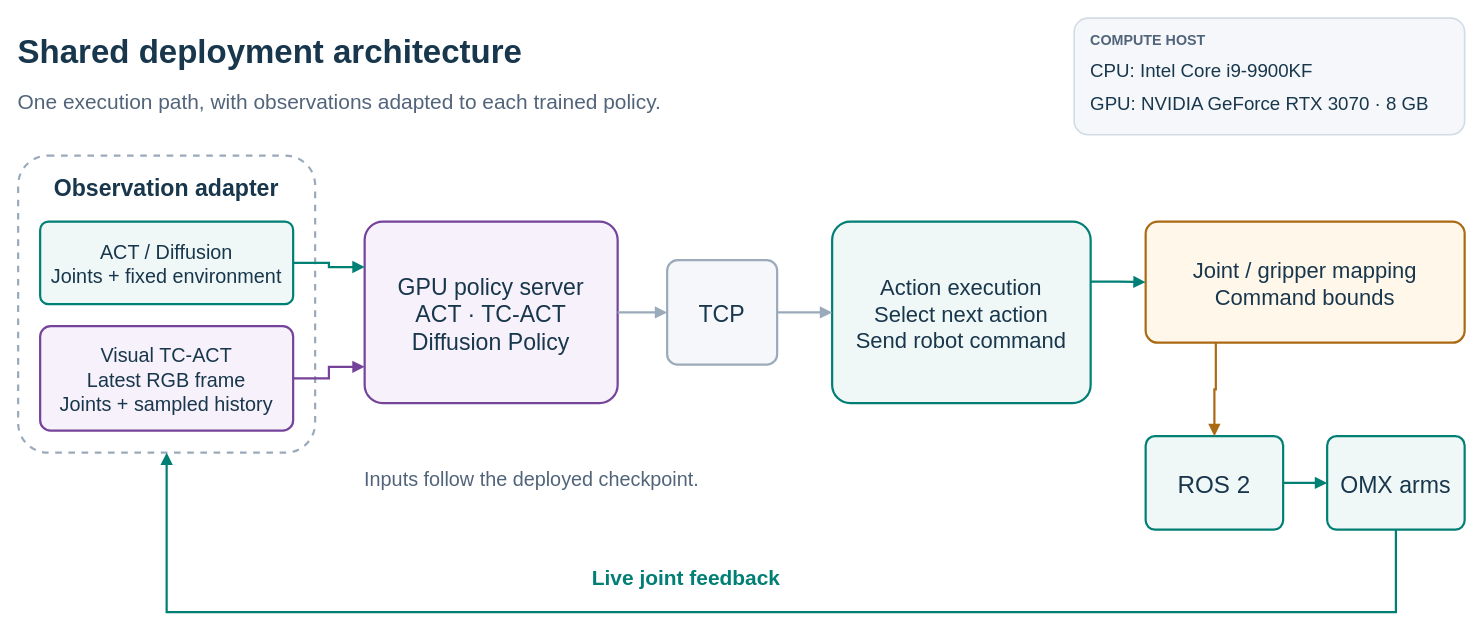
Earlier version of the draw.io diagram page "Deployment architecture" (1 of 2) of docs/assets/diagrams/hardware-deployment.drawio (green101630-jwi/literate-octo-doodle). Source tidied: cells renumbered, new cells numbered last; positions are measured from the earlier drawing's top-left corner, leaving out a move shared by most shapes. Both pictures are drawn from the tidied source at 110%, with x=0, y=0 at pixel (18, 18).
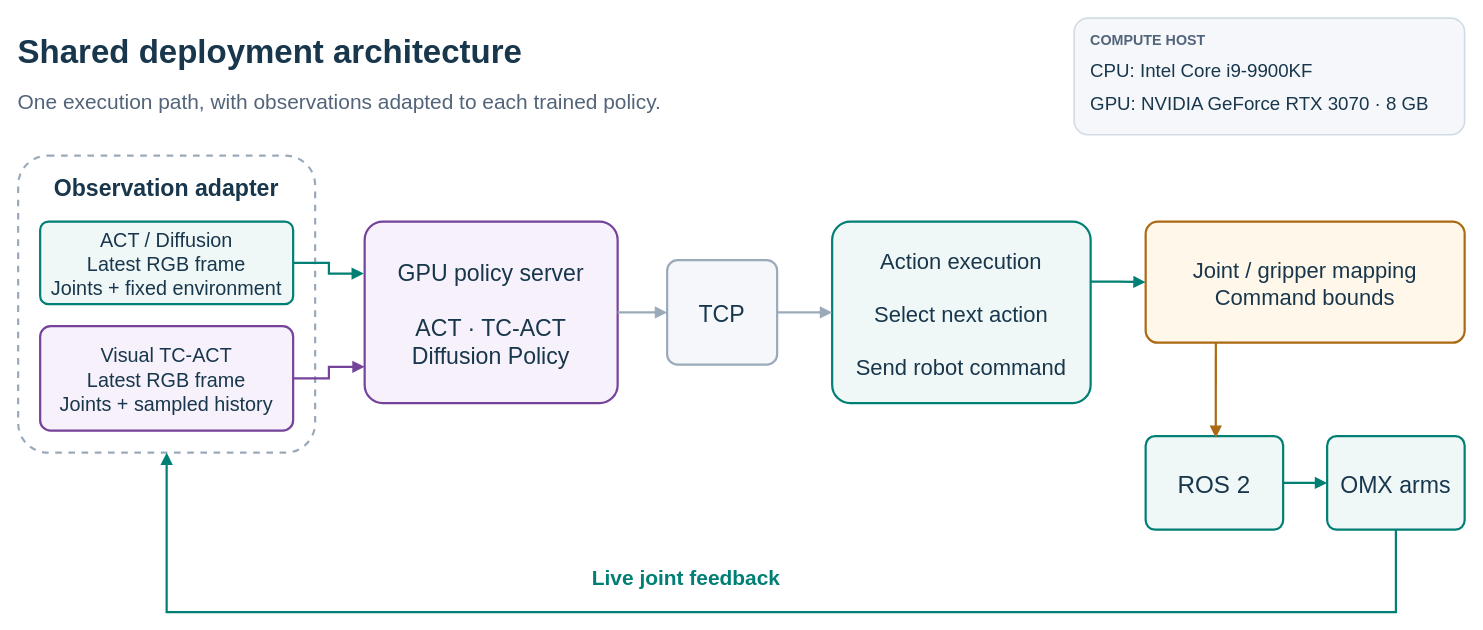
Above is the later version.

The change refers to these unchanged cells:
```xml
<mxCell id="11" value="Joint / gripper mapping&#10;Command bounds" style="rounded=1;arcSize=10;whiteSpace=nowrap;html=0;fillColor=#fff7e9;strokeColor=#aa6a13;strokeWidth=2;fontColor=#18364c;fontFamily=Arial;fontSize=20;align=center;verticalAlign=middle;spacing=12;" parent="1" vertex="1">
  <mxGeometry x="1025" y="185" width="290" height="110" as="geometry" />
</mxCell>
<mxCell id="12" value="ROS 2" style="rounded=1;arcSize=10;whiteSpace=nowrap;html=0;fillColor=#f0f8f7;strokeColor=#007f75;strokeWidth=2;fontColor=#18364c;fontFamily=Arial;fontSize=22;align=center;verticalAlign=middle;spacing=12;" parent="1" vertex="1">
  <mxGeometry x="1025" y="380" width="125" height="85" as="geometry" />
</mxCell>
```

Change to the diagram source:
```diff
@@
-    <mxCell id="6" value="ACT / Diffusion&#10;Joints + fixed environment" style="rounded=1;arcSize=10;whiteSpace=nowrap;html=0;fillColor=#f0f8f7;strokeColor=#007f75;strokeWidth=2;fontColor=#18364c;fontFamily=Arial;fontSize=18;align=center;verticalAlign=middle;spacing=12;" parent="1" vertex="1">
+    <mxCell id="6" value="ACT / Diffusion&#10;Latest RGB frame&#10;Joints + fixed environment" style="rounded=1;arcSize=10;whiteSpace=nowrap;html=0;fillColor=#f0f8f7;strokeColor=#007f75;strokeWidth=2;fontColor=#18364c;fontFamily=Arial;fontSize=18;align=center;verticalAlign=middle;spacing=12;" parent="1" vertex="1">
       <mxGeometry x="20" y="185" width="230" height="75" as="geometry" />
     </mxCell>
@@
-    <mxCell id="8" value="GPU policy server&#10;ACT · TC-ACT&#10;Diffusion Policy" style="rounded=1;arcSize=10;whiteSpace=nowrap;html=0;fillColor=#f6f1fa;strokeColor=#75439a;strokeWidth=2;fontColor=#18364c;fontFamily=Arial;fontSize=21;align=center;verticalAlign=middle;spacing=12;" parent="1" vertex="1">
+    <mxCell id="8" value="GPU policy server&#10;&#10;ACT · TC-ACT&#10;Diffusion Policy" style="rounded=1;arcSize=10;whiteSpace=nowrap;html=0;fillColor=#f6f1fa;strokeColor=#75439a;strokeWidth=2;fontColor=#18364c;fontFamily=Arial;fontSize=21;align=center;verticalAlign=middle;spacing=12;" parent="1" vertex="1">
       <mxGeometry x="315" y="185" width="230" height="165" as="geometry" />
     </mxCell>
@@
-    <mxCell id="10" value="Action execution&#10;Select next action&#10;Send robot command" style="rounded=1;arcSize=10;whiteSpace=nowrap;html=0;fillColor=#f0f8f7;strokeColor=#007f75;strokeWidth=2;fontColor=#18364c;fontFamily=Arial;fontSize=20;align=center;verticalAlign=middle;spacing=12;" parent="1" vertex="1">
+    <mxCell id="10" value="Action execution&#10;&#10;Select next action&#10;&#10;Send robot command" style="rounded=1;arcSize=10;whiteSpace=nowrap;html=0;fillColor=#f0f8f7;strokeColor=#007f75;strokeWidth=2;fontColor=#18364c;fontFamily=Arial;fontSize=20;align=center;verticalAlign=middle;spacing=12;" parent="1" vertex="1">
       <mxGeometry x="740" y="185" width="235" height="165" as="geometry" />
     </mxCell>
@@
-    <mxCell id="14" style="edgeStyle=orthogonalEdgeStyle;rounded=0;jettySize=auto;html=0;endArrow=block;endFill=1;strokeColor=#007f75;strokeWidth=2;fontFamily=Arial;fontSize=18;fontColor=#52647a;labelBackgroundColor=#ffffff;exitX=1;exitY=0.5;entryX=0;entryY=0.25;" parent="1" edge="1" source="6" target="8">
-      <mxGeometry relative="1" as="geometry" />
+    <mxCell id="14" style="edgeStyle=orthogonalEdgeStyle;rounded=0;jettySize=auto;html=0;endArrow=block;endFill=1;strokeColor=#007f75;strokeWidth=2;fontFamily=Arial;fontSize=18;fontColor=#52647a;labelBackgroundColor=#ffffff;exitX=1;exitY=0.5;entryX=-0.003;entryY=0.286;entryDx=0;entryDy=0;entryPerimeter=0;" parent="1" edge="1" source="6" target="8">
+      <mxGeometry x="-0.08" relative="1" as="geometry" />
     </mxCell>
@@
-    <mxCell id="19" style="edgeStyle=orthogonalEdgeStyle;rounded=0;jettySize=auto;html=0;endArrow=block;endFill=1;strokeColor=#aa6a13;strokeWidth=2;fontFamily=Arial;fontSize=18;fontColor=#52647a;labelBackgroundColor=#ffffff;exitX=0.22;exitY=1;entryX=0.5;entryY=0;" parent="1" edge="1" source="11" target="12">
+    <mxCell id="19" style="edgeStyle=orthogonalEdgeStyle;rounded=0;jettySize=auto;html=0;endArrow=block;endFill=1;strokeColor=#aa6a13;strokeWidth=2;fontFamily=Arial;fontSize=18;fontColor=#52647a;labelBackgroundColor=#ffffff;exitX=0.22;exitY=1;entryX=0.51;entryY=0.018;entryDx=0;entryDy=0;entryPerimeter=0;" parent="1" edge="1" source="11" target="12">
       <mxGeometry relative="1" as="geometry" />
     </mxCell>
@@
-    <mxCell id="23" value="Inputs follow the deployed checkpoint." style="text;html=0;whiteSpace=nowrap;strokeColor=none;fillColor=none;fontColor=#52647a;fontFamily=Arial;fontSize=18;fontStyle=0;align=left;verticalAlign=middle;spacing=0;" parent="1" vertex="1">
-      <mxGeometry x="315" y="395" width="650" height="45" as="geometry" />
-    </mxCell>
```
